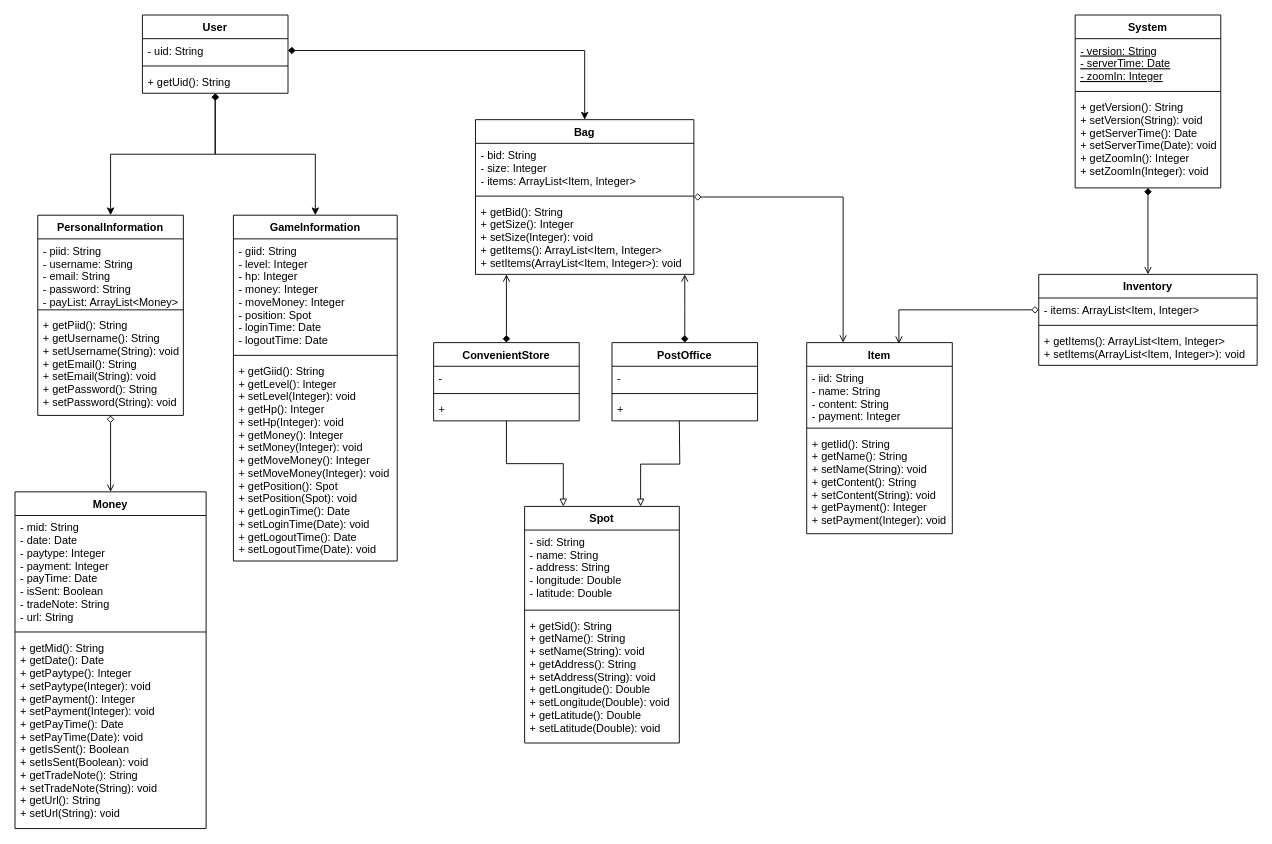
The draw.io diagram page "Class Diagram" (3 of 3) of uml.drawio in zhao1995chen/final-project-of-2020-training-class, before the edit. Source tidied: cells renumbered, new cells numbered last; positions are measured from the earlier drawing's top-left corner, leaving out a move shared by most shapes. Both pictures are drawn from the tidied source at 91%, with x=0, y=0 at pixel (15, 15).
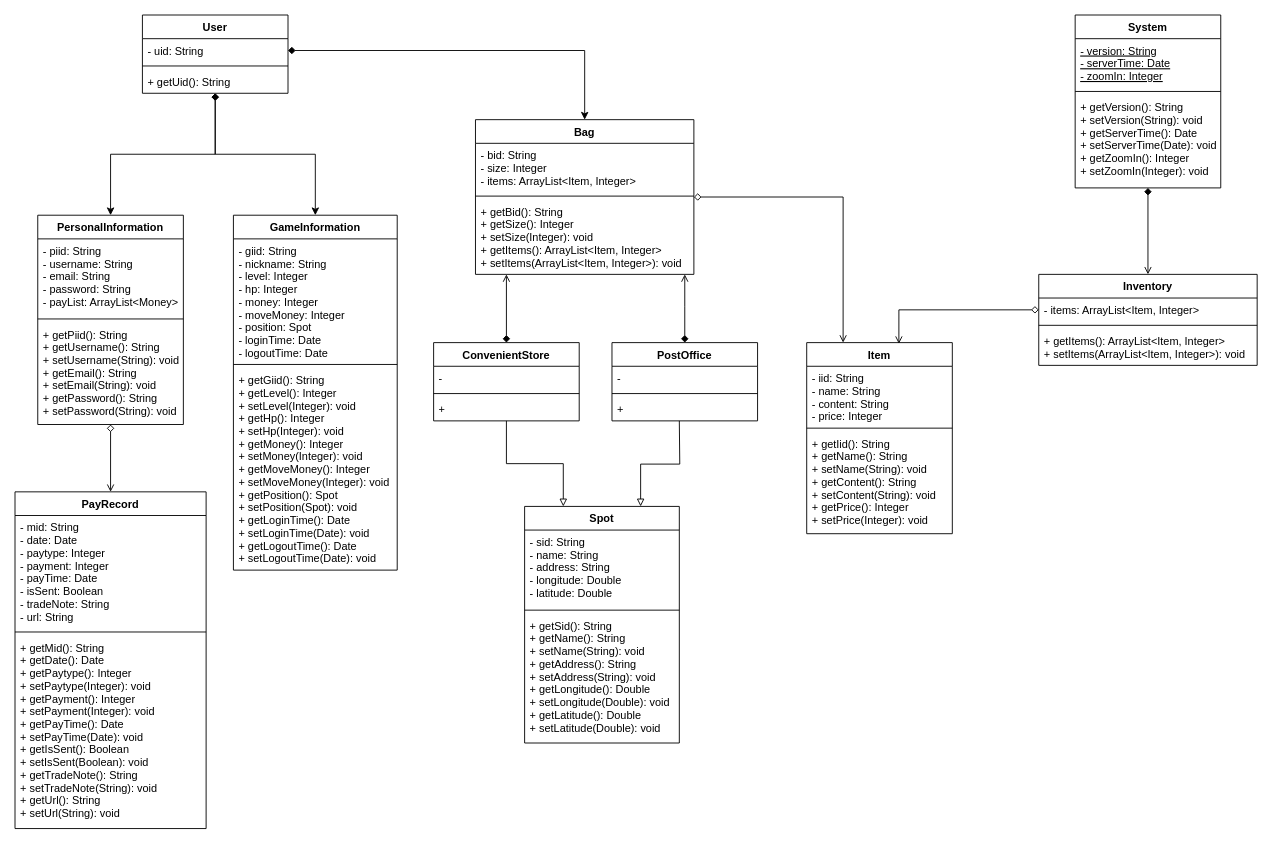
The same page after the edit.

The change refers to these unchanged cells:
```xml
<mxCell id="48" value="Item" style="swimlane;fontStyle=1;align=center;verticalAlign=top;horizontal=1;startSize=26;" parent="1" vertex="1">
  <mxGeometry x="870" y="360" width="160" height="210" as="geometry" />
</mxCell>
```

The edit, as a diff of the source:
```diff
@@
     <mxCell id="9" value="PersonalInformation" style="swimlane;fontStyle=1;align=center;verticalAlign=top;horizontal=1;startSize=26;" parent="1" vertex="1">
-      <mxGeometry x="25" y="220" width="160" height="220" as="geometry" />
+      <mxGeometry x="25" y="220" width="160" height="230" as="geometry" />
     </mxCell>
     <mxCell id="10" value="- piid: String&#10;- username: String&#10;- email: String&#10;- password: String&#10;- payList: ArrayList&lt;Money&gt;" style="text;strokeColor=none;fillColor=none;align=left;verticalAlign=top;spacingLeft=4;spacingRight=4;overflow=hidden;" parent="9" vertex="1">
-      <mxGeometry y="26" width="160" height="74" as="geometry" />
+      <mxGeometry y="26" width="160" height="84" as="geometry" />
     </mxCell>
     <mxCell id="11" style="line;strokeWidth=1;fillColor=none;align=left;verticalAlign=middle;spacingTop=-1;spacingLeft=3;spacingRight=3;labelPosition=right;" parent="9" vertex="1">
-      <mxGeometry y="100" width="160" height="8" as="geometry" />
+      <mxGeometry y="110" width="160" height="8" as="geometry" />
     </mxCell>
     <mxCell id="12" value="+ getPiid(): String&#10;+ getUsername(): String&#10;+ setUsername(String): void&#10;+ getEmail(): String&#10;+ setEmail(String): void&#10;+ getPassword(): String&#10;+ setPassword(String): void" style="text;strokeColor=none;fillColor=none;align=left;verticalAlign=top;spacingLeft=4;spacingRight=4;overflow=hidden;" parent="9" vertex="1">
-      <mxGeometry y="108" width="160" height="112" as="geometry" />
+      <mxGeometry y="118" width="160" height="112" as="geometry" />
     </mxCell>
     <mxCell id="13" value="GameInformation" style="swimlane;fontStyle=1;align=center;verticalAlign=top;horizontal=1;startSize=26;" parent="1" vertex="1">
-      <mxGeometry x="240" y="220" width="180" height="380" as="geometry" />
+      <mxGeometry x="240" y="220" width="180" height="390" as="geometry" />
     </mxCell>
-    <mxCell id="14" value="- giid: String&#10;- level: Integer&#10;- hp: Integer&#10;- money: Integer&#10;- moveMoney: Integer&#10;- position: Spot&#10;- loginTime: Date&#10;- logoutTime: Date" style="text;strokeColor=none;fillColor=none;align=left;verticalAlign=top;spacingLeft=4;spacingRight=4;overflow=hidden;" parent="13" vertex="1">
-      <mxGeometry y="26" width="180" height="124" as="geometry" />
+    <mxCell id="14" value="- giid: String&#10;- nickname: String&#10;- level: Integer&#10;- hp: Integer&#10;- money: Integer&#10;- moveMoney: Integer&#10;- position: Spot&#10;- loginTime: Date&#10;- logoutTime: Date" style="text;strokeColor=none;fillColor=none;align=left;verticalAlign=top;spacingLeft=4;spacingRight=4;overflow=hidden;" parent="13" vertex="1">
+      <mxGeometry y="26" width="180" height="134" as="geometry" />
     </mxCell>
     <mxCell id="15" style="line;strokeWidth=1;fillColor=none;align=left;verticalAlign=middle;spacingTop=-1;spacingLeft=3;spacingRight=3;labelPosition=right;" parent="13" vertex="1">
-      <mxGeometry y="150" width="180" height="8" as="geometry" />
+      <mxGeometry y="160" width="180" height="8" as="geometry" />
     </mxCell>
     <mxCell id="16" value="+ getGiid(): String&#10;+ getLevel(): Integer&#10;+ setLevel(Integer): void&#10;+ getHp(): Integer&#10;+ setHp(Integer): void&#10;+ getMoney(): Integer&#10;+ setMoney(Integer): void&#10;+ getMoveMoney(): Integer&#10;+ setMoveMoney(Integer): void&#10;+ getPosition(): Spot&#10;+ setPosition(Spot): void&#10;+ getLoginTime(): Date&#10;+ setLoginTime(Date): void&#10;+ getLogoutTime(): Date&#10;+ setLogoutTime(Date): void" style="text;strokeColor=none;fillColor=none;align=left;verticalAlign=top;spacingLeft=4;spacingRight=4;overflow=hidden;" parent="13" vertex="1">
-      <mxGeometry y="158" width="180" height="222" as="geometry" />
+      <mxGeometry y="168" width="180" height="222" as="geometry" />
     </mxCell>
@@
-    <mxCell id="49" value="- iid: String&#10;- name: String&#10;- content: String&#10;- payment: Integer" style="text;strokeColor=none;fillColor=none;align=left;verticalAlign=top;spacingLeft=4;spacingRight=4;overflow=hidden;" parent="48" vertex="1">
+    <mxCell id="49" value="- iid: String&#10;- name: String&#10;- content: String&#10;- price: Integer" style="text;strokeColor=none;fillColor=none;align=left;verticalAlign=top;spacingLeft=4;spacingRight=4;overflow=hidden;" parent="48" vertex="1">
       <mxGeometry y="26" width="160" height="64" as="geometry" />
     </mxCell>
@@
-    <mxCell id="51" value="+ getIid(): String&#10;+ getName(): String&#10;+ setName(String): void&#10;+ getContent(): String&#10;+ setContent(String): void&#10;+ getPayment(): Integer&#10;+ setPayment(Integer): void" style="text;strokeColor=none;fillColor=none;align=left;verticalAlign=top;spacingLeft=4;spacingRight=4;overflow=hidden;" parent="48" vertex="1">
+    <mxCell id="51" value="+ getIid(): String&#10;+ getName(): String&#10;+ setName(String): void&#10;+ getContent(): String&#10;+ setContent(String): void&#10;+ getPrice(): Integer&#10;+ setPrice(Integer): void" style="text;strokeColor=none;fillColor=none;align=left;verticalAlign=top;spacingLeft=4;spacingRight=4;overflow=hidden;" parent="48" vertex="1">
       <mxGeometry y="98" width="160" height="112" as="geometry" />
     </mxCell>
-    <mxCell id="52" value="Money" style="swimlane;fontStyle=1;align=center;verticalAlign=top;horizontal=1;startSize=26;" parent="1" vertex="1">
+    <mxCell id="52" value="PayRecord" style="swimlane;fontStyle=1;align=center;verticalAlign=top;horizontal=1;startSize=26;" parent="1" vertex="1">
       <mxGeometry y="524" width="210" height="370" as="geometry" />
     </mxCell>
```
